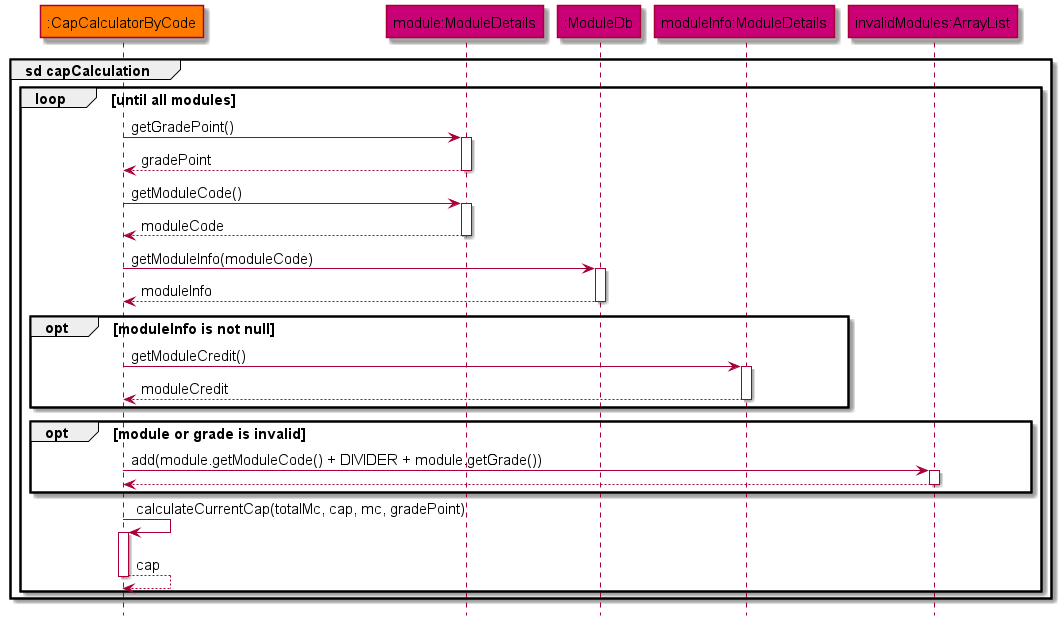
Before: docs/assets/images/capCodeSeq3.png, a diagram exported from PlantUML (shyamgj1900/tp). Source of this version:
```plantuml
@startuml

!include Style.puml

hide footbox

participant ":CapCalculatorByCode" as calculator CAPCALCULATOR_COLOR
participant "module:ModuleDetails" as module MODULE_COLOR
participant ":ModuleDb" as moduleDb MODULE_COLOR
participant "moduleInfo:ModuleDetails" as moduleInfo MODULE_COLOR
participant "invalidModules:ArrayList" as invalidModules MODULE_COLOR

group sd capCalculation

loop until all modules

calculator -> module : getGradePoint()
activate module

module --> calculator : gradePoint
deactivate module

calculator -> module : getModuleCode()
activate module

module --> calculator : moduleCode
deactivate module

calculator -> moduleDb : getModuleInfo(moduleCode)
activate moduleDb

moduleDb --> calculator : moduleInfo
deactivate moduleDb

opt moduleInfo is not null

calculator -> moduleInfo : getModuleCredit()
activate moduleInfo

moduleInfo --> calculator : moduleCredit
deactivate moduleInfo

end

opt module or grade is invalid

calculator -> invalidModules : add(module.getModuleCode() + DIVIDER + module.getGrade())
activate invalidModules

invalidModules --> calculator
deactivate invalidModules

end

calculator -> calculator : calculateCurrentCap(totalMc, cap, mc, gradePoint)
activate calculator

calculator --> calculator : cap
deactivate calculator

end

end

@enduml
```
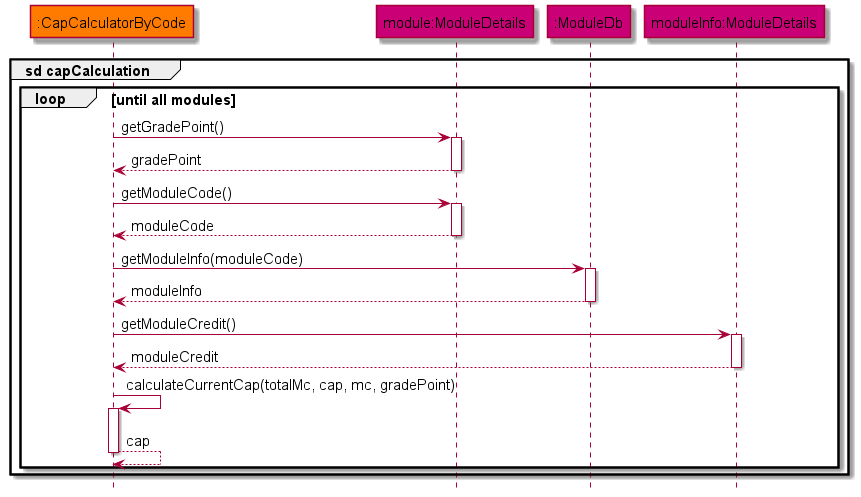
After the change.

Commit message:
Simplify getCap() method for cap calcuclator by code, edit cap calculator sequence diagram

Diff of the diagram source:
```diff
@@ -8,7 +8,6 @@
 participant "module:ModuleDetails" as module MODULE_COLOR
 participant ":ModuleDb" as moduleDb MODULE_COLOR
 participant "moduleInfo:ModuleDetails" as moduleInfo MODULE_COLOR
-participant "invalidModules:ArrayList" as invalidModules MODULE_COLOR
 
 group sd capCalculation
 
@@ -32,25 +31,11 @@
 moduleDb --> calculator : moduleInfo
 deactivate moduleDb
 
-opt moduleInfo is not null
-
 calculator -> moduleInfo : getModuleCredit()
 activate moduleInfo
 
 moduleInfo --> calculator : moduleCredit
 deactivate moduleInfo
-
-end
-
-opt module or grade is invalid
-
-calculator -> invalidModules : add(module.getModuleCode() + DIVIDER + module.getGrade())
-activate invalidModules
-
-invalidModules --> calculator
-deactivate invalidModules
-
-end
 
 calculator -> calculator : calculateCurrentCap(totalMc, cap, mc, gradePoint)
 activate calculator
```
